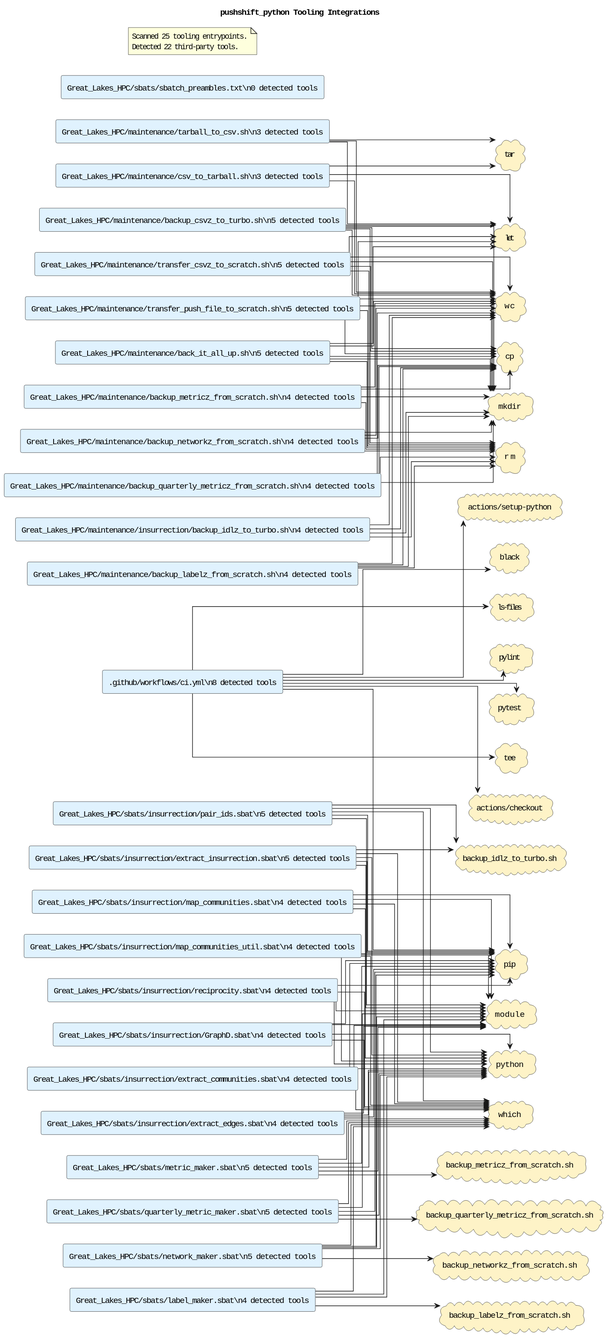
Above: docs/diagrams/tooling-integrations.puml.svg in casonk/pushshift_python (PlantUML), before the change. The source it was exported from:
```plantuml
@startuml
title pushshift_python Tooling Integrations
left to right direction
skinparam shadowing false
skinparam defaultFontName Monospace
skinparam componentStyle rectangle
skinparam linetype ortho
rectangle ".github/workflows/ci.yml\\n8 detected tools" as source_github_workflows_ci_yml #E0F2FE
rectangle "Great_Lakes_HPC/maintenance/back_it_all_up.sh\\n5 detected tools" as source_great_lakes_hpc_maintenance_back_it_all_up_sh #E0F2FE
rectangle "Great_Lakes_HPC/maintenance/backup_csvz_to_turbo.sh\\n5 detected tools" as source_great_lakes_hpc_maintenance_backup_csvz_to_turbo_sh #E0F2FE
rectangle "Great_Lakes_HPC/maintenance/backup_labelz_from_scratch.sh\\n4 detected tools" as source_great_lakes_hpc_maintenance_backup_labelz_from_scratch_sh #E0F2FE
rectangle "Great_Lakes_HPC/maintenance/backup_metricz_from_scratch.sh\\n4 detected tools" as source_great_lakes_hpc_maintenance_backup_metricz_from_scratch_sh #E0F2FE
rectangle "Great_Lakes_HPC/maintenance/backup_networkz_from_scratch.sh\\n4 detected tools" as source_great_lakes_hpc_maintenance_backup_networkz_from_scratch_sh #E0F2FE
rectangle "Great_Lakes_HPC/maintenance/backup_quarterly_metricz_from_scratch.sh\\n4 detected tools" as source_great_lakes_hpc_maintenance_backup_quarterly_metricz_from_scratch_sh #E0F2FE
rectangle "Great_Lakes_HPC/maintenance/csv_to_tarball.sh\\n3 detected tools" as source_great_lakes_hpc_maintenance_csv_to_tarball_sh #E0F2FE
rectangle "Great_Lakes_HPC/maintenance/insurrection/backup_idlz_to_turbo.sh\\n4 detected tools" as source_great_lakes_hpc_maintenance_insurrection_backup_idlz_to_turbo_sh #E0F2FE
rectangle "Great_Lakes_HPC/maintenance/tarball_to_csv.sh\\n3 detected tools" as source_great_lakes_hpc_maintenance_tarball_to_csv_sh #E0F2FE
rectangle "Great_Lakes_HPC/maintenance/transfer_csvz_to_scratch.sh\\n5 detected tools" as source_great_lakes_hpc_maintenance_transfer_csvz_to_scratch_sh #E0F2FE
rectangle "Great_Lakes_HPC/maintenance/transfer_push_file_to_scratch.sh\\n5 detected tools" as source_great_lakes_hpc_maintenance_transfer_push_file_to_scratch_sh #E0F2FE
rectangle "Great_Lakes_HPC/sbats/insurrection/GraphD.sbat\\n4 detected tools" as source_great_lakes_hpc_sbats_insurrection_graphd_sbat #E0F2FE
rectangle "Great_Lakes_HPC/sbats/insurrection/extract_communities.sbat\\n4 detected tools" as source_great_lakes_hpc_sbats_insurrection_extract_communities_sbat #E0F2FE
rectangle "Great_Lakes_HPC/sbats/insurrection/extract_edges.sbat\\n4 detected tools" as source_great_lakes_hpc_sbats_insurrection_extract_edges_sbat #E0F2FE
rectangle "Great_Lakes_HPC/sbats/insurrection/extract_insurrection.sbat\\n5 detected tools" as source_great_lakes_hpc_sbats_insurrection_extract_insurrection_sbat #E0F2FE
rectangle "Great_Lakes_HPC/sbats/insurrection/map_communities.sbat\\n4 detected tools" as source_great_lakes_hpc_sbats_insurrection_map_communities_sbat #E0F2FE
rectangle "Great_Lakes_HPC/sbats/insurrection/map_communities_util.sbat\\n4 detected tools" as source_great_lakes_hpc_sbats_insurrection_map_communities_util_sbat #E0F2FE
rectangle "Great_Lakes_HPC/sbats/insurrection/pair_ids.sbat\\n5 detected tools" as source_great_lakes_hpc_sbats_insurrection_pair_ids_sbat #E0F2FE
rectangle "Great_Lakes_HPC/sbats/insurrection/reciprocity.sbat\\n4 detected tools" as source_great_lakes_hpc_sbats_insurrection_reciprocity_sbat #E0F2FE
rectangle "Great_Lakes_HPC/sbats/label_maker.sbat\\n4 detected tools" as source_great_lakes_hpc_sbats_label_maker_sbat #E0F2FE
rectangle "Great_Lakes_HPC/sbats/metric_maker.sbat\\n5 detected tools" as source_great_lakes_hpc_sbats_metric_maker_sbat #E0F2FE
rectangle "Great_Lakes_HPC/sbats/network_maker.sbat\\n5 detected tools" as source_great_lakes_hpc_sbats_network_maker_sbat #E0F2FE
rectangle "Great_Lakes_HPC/sbats/quarterly_metric_maker.sbat\\n5 detected tools" as source_great_lakes_hpc_sbats_quarterly_metric_maker_sbat #E0F2FE
rectangle "Great_Lakes_HPC/sbats/sbatch_preambles.txt\\n0 detected tools" as source_great_lakes_hpc_sbats_sbatch_preambles_txt #E0F2FE
cloud "actions/checkout" as tool_actions_checkout #FEF3C7
cloud "actions/setup-python" as tool_actions_setup_python #FEF3C7
cloud "backup_idlz_to_turbo.sh" as tool_backup_idlz_to_turbo_sh #FEF3C7
cloud "backup_labelz_from_scratch.sh" as tool_backup_labelz_from_scratch_sh #FEF3C7
cloud "backup_metricz_from_scratch.sh" as tool_backup_metricz_from_scratch_sh #FEF3C7
cloud "backup_networkz_from_scratch.sh" as tool_backup_networkz_from_scratch_sh #FEF3C7
cloud "backup_quarterly_metricz_from_scratch.sh" as tool_backup_quarterly_metricz_from_scratch_sh #FEF3C7
cloud "black" as tool_black #FEF3C7
cloud "cp" as tool_cp #FEF3C7
cloud "let" as tool_let #FEF3C7
cloud "ls-files" as tool_ls_files #FEF3C7
cloud "mkdir" as tool_mkdir #FEF3C7
cloud "module" as tool_module #FEF3C7
cloud "pip" as tool_pip #FEF3C7
cloud "pylint" as tool_pylint #FEF3C7
cloud "pytest" as tool_pytest #FEF3C7
cloud "python" as tool_python #FEF3C7
cloud "rm" as tool_rm #FEF3C7
cloud "tar" as tool_tar #FEF3C7
cloud "tee" as tool_tee #FEF3C7
cloud "wc" as tool_wc #FEF3C7
cloud "which" as tool_which #FEF3C7
source_github_workflows_ci_yml --> tool_actions_checkout
source_github_workflows_ci_yml --> tool_actions_setup_python
source_github_workflows_ci_yml --> tool_black
source_github_workflows_ci_yml --> tool_ls_files
source_github_workflows_ci_yml --> tool_pip
source_github_workflows_ci_yml --> tool_pylint
source_github_workflows_ci_yml --> tool_pytest
source_github_workflows_ci_yml --> tool_tee
source_great_lakes_hpc_maintenance_back_it_all_up_sh --> tool_cp
source_great_lakes_hpc_maintenance_back_it_all_up_sh --> tool_let
source_great_lakes_hpc_maintenance_back_it_all_up_sh --> tool_mkdir
source_great_lakes_hpc_maintenance_back_it_all_up_sh --> tool_rm
source_great_lakes_hpc_maintenance_back_it_all_up_sh --> tool_wc
source_great_lakes_hpc_maintenance_backup_csvz_to_turbo_sh --> tool_cp
source_great_lakes_hpc_maintenance_backup_csvz_to_turbo_sh --> tool_let
source_great_lakes_hpc_maintenance_backup_csvz_to_turbo_sh --> tool_mkdir
source_great_lakes_hpc_maintenance_backup_csvz_to_turbo_sh --> tool_rm
source_great_lakes_hpc_maintenance_backup_csvz_to_turbo_sh --> tool_wc
source_great_lakes_hpc_maintenance_backup_labelz_from_scratch_sh --> tool_cp
source_great_lakes_hpc_maintenance_backup_labelz_from_scratch_sh --> tool_mkdir
source_great_lakes_hpc_maintenance_backup_labelz_from_scratch_sh --> tool_rm
source_great_lakes_hpc_maintenance_backup_labelz_from_scratch_sh --> tool_wc
source_great_lakes_hpc_maintenance_backup_metricz_from_scratch_sh --> tool_cp
source_great_lakes_hpc_maintenance_backup_metricz_from_scratch_sh --> tool_mkdir
source_great_lakes_hpc_maintenance_backup_metricz_from_scratch_sh --> tool_rm
source_great_lakes_hpc_maintenance_backup_metricz_from_scratch_sh --> tool_wc
source_great_lakes_hpc_maintenance_backup_networkz_from_scratch_sh --> tool_cp
source_great_lakes_hpc_maintenance_backup_networkz_from_scratch_sh --> tool_mkdir
source_great_lakes_hpc_maintenance_backup_networkz_from_scratch_sh --> tool_rm
source_great_lakes_hpc_maintenance_backup_networkz_from_scratch_sh --> tool_wc
source_great_lakes_hpc_maintenance_backup_quarterly_metricz_from_scratch_sh --> tool_cp
source_great_lakes_hpc_maintenance_backup_quarterly_metricz_from_scratch_sh --> tool_mkdir
source_great_lakes_hpc_maintenance_backup_quarterly_metricz_from_scratch_sh --> tool_rm
source_great_lakes_hpc_maintenance_backup_quarterly_metricz_from_scratch_sh --> tool_wc
source_great_lakes_hpc_maintenance_csv_to_tarball_sh --> tool_let
source_great_lakes_hpc_maintenance_csv_to_tarball_sh --> tool_tar
source_great_lakes_hpc_maintenance_csv_to_tarball_sh --> tool_wc
source_great_lakes_hpc_maintenance_insurrection_backup_idlz_to_turbo_sh --> tool_cp
source_great_lakes_hpc_maintenance_insurrection_backup_idlz_to_turbo_sh --> tool_mkdir
source_great_lakes_hpc_maintenance_insurrection_backup_idlz_to_turbo_sh --> tool_rm
source_great_lakes_hpc_maintenance_insurrection_backup_idlz_to_turbo_sh --> tool_wc
source_great_lakes_hpc_maintenance_tarball_to_csv_sh --> tool_let
source_great_lakes_hpc_maintenance_tarball_to_csv_sh --> tool_tar
source_great_lakes_hpc_maintenance_tarball_to_csv_sh --> tool_wc
source_great_lakes_hpc_maintenance_transfer_csvz_to_scratch_sh --> tool_cp
source_great_lakes_hpc_maintenance_transfer_csvz_to_scratch_sh --> tool_let
source_great_lakes_hpc_maintenance_transfer_csvz_to_scratch_sh --> tool_mkdir
source_great_lakes_hpc_maintenance_transfer_csvz_to_scratch_sh --> tool_rm
source_great_lakes_hpc_maintenance_transfer_csvz_to_scratch_sh --> tool_wc
source_great_lakes_hpc_maintenance_transfer_push_file_to_scratch_sh --> tool_cp
source_great_lakes_hpc_maintenance_transfer_push_file_to_scratch_sh --> tool_let
source_great_lakes_hpc_maintenance_transfer_push_file_to_scratch_sh --> tool_mkdir
source_great_lakes_hpc_maintenance_transfer_push_file_to_scratch_sh --> tool_rm
source_great_lakes_hpc_maintenance_transfer_push_file_to_scratch_sh --> tool_wc
source_great_lakes_hpc_sbats_insurrection_graphd_sbat --> tool_module
source_great_lakes_hpc_sbats_insurrection_graphd_sbat --> tool_pip
source_great_lakes_hpc_sbats_insurrection_graphd_sbat --> tool_python
source_great_lakes_hpc_sbats_insurrection_graphd_sbat --> tool_which
source_great_lakes_hpc_sbats_insurrection_extract_communities_sbat --> tool_module
source_great_lakes_hpc_sbats_insurrection_extract_communities_sbat --> tool_pip
source_great_lakes_hpc_sbats_insurrection_extract_communities_sbat --> tool_python
source_great_lakes_hpc_sbats_insurrection_extract_communities_sbat --> tool_which
source_great_lakes_hpc_sbats_insurrection_extract_edges_sbat --> tool_module
source_great_lakes_hpc_sbats_insurrection_extract_edges_sbat --> tool_pip
source_great_lakes_hpc_sbats_insurrection_extract_edges_sbat --> tool_python
source_great_lakes_hpc_sbats_insurrection_extract_edges_sbat --> tool_which
source_great_lakes_hpc_sbats_insurrection_extract_insurrection_sbat --> tool_backup_idlz_to_turbo_sh
source_great_lakes_hpc_sbats_insurrection_extract_insurrection_sbat --> tool_module
source_great_lakes_hpc_sbats_insurrection_extract_insurrection_sbat --> tool_pip
source_great_lakes_hpc_sbats_insurrection_extract_insurrection_sbat --> tool_python
source_great_lakes_hpc_sbats_insurrection_extract_insurrection_sbat --> tool_which
source_great_lakes_hpc_sbats_insurrection_map_communities_sbat --> tool_module
source_great_lakes_hpc_sbats_insurrection_map_communities_sbat --> tool_pip
source_great_lakes_hpc_sbats_insurrection_map_communities_sbat --> tool_python
source_great_lakes_hpc_sbats_insurrection_map_communities_sbat --> tool_which
source_great_lakes_hpc_sbats_insurrection_map_communities_util_sbat --> tool_module
source_great_lakes_hpc_sbats_insurrection_map_communities_util_sbat --> tool_pip
source_great_lakes_hpc_sbats_insurrection_map_communities_util_sbat --> tool_python
source_great_lakes_hpc_sbats_insurrection_map_communities_util_sbat --> tool_which
source_great_lakes_hpc_sbats_insurrection_pair_ids_sbat --> tool_backup_idlz_to_turbo_sh
source_great_lakes_hpc_sbats_insurrection_pair_ids_sbat --> tool_module
source_great_lakes_hpc_sbats_insurrection_pair_ids_sbat --> tool_pip
source_great_lakes_hpc_sbats_insurrection_pair_ids_sbat --> tool_python
source_great_lakes_hpc_sbats_insurrection_pair_ids_sbat --> tool_which
source_great_lakes_hpc_sbats_insurrection_reciprocity_sbat --> tool_module
source_great_lakes_hpc_sbats_insurrection_reciprocity_sbat --> tool_pip
source_great_lakes_hpc_sbats_insurrection_reciprocity_sbat --> tool_python
source_great_lakes_hpc_sbats_insurrection_reciprocity_sbat --> tool_which
source_great_lakes_hpc_sbats_label_maker_sbat --> tool_backup_labelz_from_scratch_sh
source_great_lakes_hpc_sbats_label_maker_sbat --> tool_module
source_great_lakes_hpc_sbats_label_maker_sbat --> tool_python
source_great_lakes_hpc_sbats_label_maker_sbat --> tool_which
source_great_lakes_hpc_sbats_metric_maker_sbat --> tool_backup_metricz_from_scratch_sh
source_great_lakes_hpc_sbats_metric_maker_sbat --> tool_module
source_great_lakes_hpc_sbats_metric_maker_sbat --> tool_pip
source_great_lakes_hpc_sbats_metric_maker_sbat --> tool_python
source_great_lakes_hpc_sbats_metric_maker_sbat --> tool_which
source_great_lakes_hpc_sbats_network_maker_sbat --> tool_backup_networkz_from_scratch_sh
source_great_lakes_hpc_sbats_network_maker_sbat --> tool_module
source_great_lakes_hpc_sbats_network_maker_sbat --> tool_pip
source_great_lakes_hpc_sbats_network_maker_sbat --> tool_python
source_great_lakes_hpc_sbats_network_maker_sbat --> tool_which
source_great_lakes_hpc_sbats_quarterly_metric_maker_sbat --> tool_backup_quarterly_metricz_from_scratch_sh
source_great_lakes_hpc_sbats_quarterly_metric_maker_sbat --> tool_module
source_great_lakes_hpc_sbats_quarterly_metric_maker_sbat --> tool_pip
source_great_lakes_hpc_sbats_quarterly_metric_maker_sbat --> tool_python
source_great_lakes_hpc_sbats_quarterly_metric_maker_sbat --> tool_which
note as toolingGraphSummary
Scanned 25 tooling entrypoints.
Detected 22 third-party tools.
end note
@enduml
```
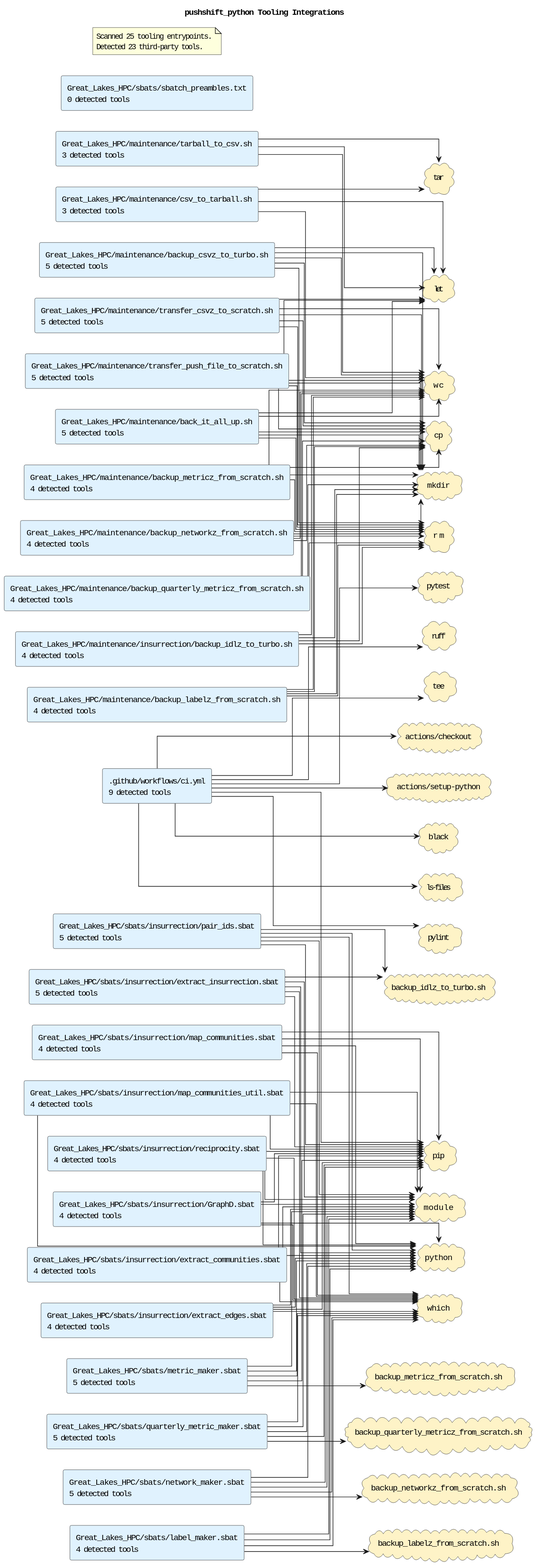
Above is the later version.

Diff of the diagram source:
```diff
@@ -5,31 +5,31 @@
 skinparam defaultFontName Monospace
 skinparam componentStyle rectangle
 skinparam linetype ortho
-rectangle ".github/workflows/ci.yml\\n8 detected tools" as source_github_workflows_ci_yml #E0F2FE
-rectangle "Great_Lakes_HPC/maintenance/back_it_all_up.sh\\n5 detected tools" as source_great_lakes_hpc_maintenance_back_it_all_up_sh #E0F2FE
-rectangle "Great_Lakes_HPC/maintenance/backup_csvz_to_turbo.sh\\n5 detected tools" as source_great_lakes_hpc_maintenance_backup_csvz_to_turbo_sh #E0F2FE
-rectangle "Great_Lakes_HPC/maintenance/backup_labelz_from_scratch.sh\\n4 detected tools" as source_great_lakes_hpc_maintenance_backup_labelz_from_scratch_sh #E0F2FE
-rectangle "Great_Lakes_HPC/maintenance/backup_metricz_from_scratch.sh\\n4 detected tools" as source_great_lakes_hpc_maintenance_backup_metricz_from_scratch_sh #E0F2FE
-rectangle "Great_Lakes_HPC/maintenance/backup_networkz_from_scratch.sh\\n4 detected tools" as source_great_lakes_hpc_maintenance_backup_networkz_from_scratch_sh #E0F2FE
-rectangle "Great_Lakes_HPC/maintenance/backup_quarterly_metricz_from_scratch.sh\\n4 detected tools" as source_great_lakes_hpc_maintenance_backup_quarterly_metricz_from_scratch_sh #E0F2FE
-rectangle "Great_Lakes_HPC/maintenance/csv_to_tarball.sh\\n3 detected tools" as source_great_lakes_hpc_maintenance_csv_to_tarball_sh #E0F2FE
-rectangle "Great_Lakes_HPC/maintenance/insurrection/backup_idlz_to_turbo.sh\\n4 detected tools" as source_great_lakes_hpc_maintenance_insurrection_backup_idlz_to_turbo_sh #E0F2FE
-rectangle "Great_Lakes_HPC/maintenance/tarball_to_csv.sh\\n3 detected tools" as source_great_lakes_hpc_maintenance_tarball_to_csv_sh #E0F2FE
-rectangle "Great_Lakes_HPC/maintenance/transfer_csvz_to_scratch.sh\\n5 detected tools" as source_great_lakes_hpc_maintenance_transfer_csvz_to_scratch_sh #E0F2FE
-rectangle "Great_Lakes_HPC/maintenance/transfer_push_file_to_scratch.sh\\n5 detected tools" as source_great_lakes_hpc_maintenance_transfer_push_file_to_scratch_sh #E0F2FE
-rectangle "Great_Lakes_HPC/sbats/insurrection/GraphD.sbat\\n4 detected tools" as source_great_lakes_hpc_sbats_insurrection_graphd_sbat #E0F2FE
-rectangle "Great_Lakes_HPC/sbats/insurrection/extract_communities.sbat\\n4 detected tools" as source_great_lakes_hpc_sbats_insurrection_extract_communities_sbat #E0F2FE
-rectangle "Great_Lakes_HPC/sbats/insurrection/extract_edges.sbat\\n4 detected tools" as source_great_lakes_hpc_sbats_insurrection_extract_edges_sbat #E0F2FE
-rectangle "Great_Lakes_HPC/sbats/insurrection/extract_insurrection.sbat\\n5 detected tools" as source_great_lakes_hpc_sbats_insurrection_extract_insurrection_sbat #E0F2FE
-rectangle "Great_Lakes_HPC/sbats/insurrection/map_communities.sbat\\n4 detected tools" as source_great_lakes_hpc_sbats_insurrection_map_communities_sbat #E0F2FE
-rectangle "Great_Lakes_HPC/sbats/insurrection/map_communities_util.sbat\\n4 detected tools" as source_great_lakes_hpc_sbats_insurrection_map_communities_util_sbat #E0F2FE
-rectangle "Great_Lakes_HPC/sbats/insurrection/pair_ids.sbat\\n5 detected tools" as source_great_lakes_hpc_sbats_insurrection_pair_ids_sbat #E0F2FE
-rectangle "Great_Lakes_HPC/sbats/insurrection/reciprocity.sbat\\n4 detected tools" as source_great_lakes_hpc_sbats_insurrection_reciprocity_sbat #E0F2FE
-rectangle "Great_Lakes_HPC/sbats/label_maker.sbat\\n4 detected tools" as source_great_lakes_hpc_sbats_label_maker_sbat #E0F2FE
-rectangle "Great_Lakes_HPC/sbats/metric_maker.sbat\\n5 detected tools" as source_great_lakes_hpc_sbats_metric_maker_sbat #E0F2FE
-rectangle "Great_Lakes_HPC/sbats/network_maker.sbat\\n5 detected tools" as source_great_lakes_hpc_sbats_network_maker_sbat #E0F2FE
-rectangle "Great_Lakes_HPC/sbats/quarterly_metric_maker.sbat\\n5 detected tools" as source_great_lakes_hpc_sbats_quarterly_metric_maker_sbat #E0F2FE
-rectangle "Great_Lakes_HPC/sbats/sbatch_preambles.txt\\n0 detected tools" as source_great_lakes_hpc_sbats_sbatch_preambles_txt #E0F2FE
+rectangle ".github/workflows/ci.yml\n9 detected tools" as source_github_workflows_ci_yml #E0F2FE
+rectangle "Great_Lakes_HPC/maintenance/back_it_all_up.sh\n5 detected tools" as source_great_lakes_hpc_maintenance_back_it_all_up_sh #E0F2FE
+rectangle "Great_Lakes_HPC/maintenance/backup_csvz_to_turbo.sh\n5 detected tools" as source_great_lakes_hpc_maintenance_backup_csvz_to_turbo_sh #E0F2FE
+rectangle "Great_Lakes_HPC/maintenance/backup_labelz_from_scratch.sh\n4 detected tools" as source_great_lakes_hpc_maintenance_backup_labelz_from_scratch_sh #E0F2FE
+rectangle "Great_Lakes_HPC/maintenance/backup_metricz_from_scratch.sh\n4 detected tools" as source_great_lakes_hpc_maintenance_backup_metricz_from_scratch_sh #E0F2FE
+rectangle "Great_Lakes_HPC/maintenance/backup_networkz_from_scratch.sh\n4 detected tools" as source_great_lakes_hpc_maintenance_backup_networkz_from_scratch_sh #E0F2FE
+rectangle "Great_Lakes_HPC/maintenance/backup_quarterly_metricz_from_scratch.sh\n4 detected tools" as source_great_lakes_hpc_maintenance_backup_quarterly_metricz_from_scratch_sh #E0F2FE
+rectangle "Great_Lakes_HPC/maintenance/csv_to_tarball.sh\n3 detected tools" as source_great_lakes_hpc_maintenance_csv_to_tarball_sh #E0F2FE
+rectangle "Great_Lakes_HPC/maintenance/insurrection/backup_idlz_to_turbo.sh\n4 detected tools" as source_great_lakes_hpc_maintenance_insurrection_backup_idlz_to_turbo_sh #E0F2FE
+rectangle "Great_Lakes_HPC/maintenance/tarball_to_csv.sh\n3 detected tools" as source_great_lakes_hpc_maintenance_tarball_to_csv_sh #E0F2FE
+rectangle "Great_Lakes_HPC/maintenance/transfer_csvz_to_scratch.sh\n5 detected tools" as source_great_lakes_hpc_maintenance_transfer_csvz_to_scratch_sh #E0F2FE
+rectangle "Great_Lakes_HPC/maintenance/transfer_push_file_to_scratch.sh\n5 detected tools" as source_great_lakes_hpc_maintenance_transfer_push_file_to_scratch_sh #E0F2FE
+rectangle "Great_Lakes_HPC/sbats/insurrection/GraphD.sbat\n4 detected tools" as source_great_lakes_hpc_sbats_insurrection_graphd_sbat #E0F2FE
+rectangle "Great_Lakes_HPC/sbats/insurrection/extract_communities.sbat\n4 detected tools" as source_great_lakes_hpc_sbats_insurrection_extract_communities_sbat #E0F2FE
+rectangle "Great_Lakes_HPC/sbats/insurrection/extract_edges.sbat\n4 detected tools" as source_great_lakes_hpc_sbats_insurrection_extract_edges_sbat #E0F2FE
+rectangle "Great_Lakes_HPC/sbats/insurrection/extract_insurrection.sbat\n5 detected tools" as source_great_lakes_hpc_sbats_insurrection_extract_insurrection_sbat #E0F2FE
+rectangle "Great_Lakes_HPC/sbats/insurrection/map_communities.sbat\n4 detected tools" as source_great_lakes_hpc_sbats_insurrection_map_communities_sbat #E0F2FE
+rectangle "Great_Lakes_HPC/sbats/insurrection/map_communities_util.sbat\n4 detected tools" as source_great_lakes_hpc_sbats_insurrection_map_communities_util_sbat #E0F2FE
+rectangle "Great_Lakes_HPC/sbats/insurrection/pair_ids.sbat\n5 detected tools" as source_great_lakes_hpc_sbats_insurrection_pair_ids_sbat #E0F2FE
+rectangle "Great_Lakes_HPC/sbats/insurrection/reciprocity.sbat\n4 detected tools" as source_great_lakes_hpc_sbats_insurrection_reciprocity_sbat #E0F2FE
+rectangle "Great_Lakes_HPC/sbats/label_maker.sbat\n4 detected tools" as source_great_lakes_hpc_sbats_label_maker_sbat #E0F2FE
+rectangle "Great_Lakes_HPC/sbats/metric_maker.sbat\n5 detected tools" as source_great_lakes_hpc_sbats_metric_maker_sbat #E0F2FE
+rectangle "Great_Lakes_HPC/sbats/network_maker.sbat\n5 detected tools" as source_great_lakes_hpc_sbats_network_maker_sbat #E0F2FE
+rectangle "Great_Lakes_HPC/sbats/quarterly_metric_maker.sbat\n5 detected tools" as source_great_lakes_hpc_sbats_quarterly_metric_maker_sbat #E0F2FE
+rectangle "Great_Lakes_HPC/sbats/sbatch_preambles.txt\n0 detected tools" as source_great_lakes_hpc_sbats_sbatch_preambles_txt #E0F2FE
 cloud "actions/checkout" as tool_actions_checkout #FEF3C7
 cloud "actions/setup-python" as tool_actions_setup_python #FEF3C7
 cloud "backup_idlz_to_turbo.sh" as tool_backup_idlz_to_turbo_sh #FEF3C7
@@ -48,6 +48,7 @@
 cloud "pytest" as tool_pytest #FEF3C7
 cloud "python" as tool_python #FEF3C7
 cloud "rm" as tool_rm #FEF3C7
+cloud "ruff" as tool_ruff #FEF3C7
 cloud "tar" as tool_tar #FEF3C7
 cloud "tee" as tool_tee #FEF3C7
 cloud "wc" as tool_wc #FEF3C7
@@ -59,6 +60,7 @@
 source_github_workflows_ci_yml --> tool_pip
 source_github_workflows_ci_yml --> tool_pylint
 source_github_workflows_ci_yml --> tool_pytest
+source_github_workflows_ci_yml --> tool_ruff
 source_github_workflows_ci_yml --> tool_tee
 source_great_lakes_hpc_maintenance_back_it_all_up_sh --> tool_cp
 source_great_lakes_hpc_maintenance_back_it_all_up_sh --> tool_let
@@ -161,6 +163,6 @@
 source_great_lakes_hpc_sbats_quarterly_metric_maker_sbat --> tool_which
 note as toolingGraphSummary
 Scanned 25 tooling entrypoints.
-Detected 22 third-party tools.
+Detected 23 third-party tools.
 end note
 @enduml
```
